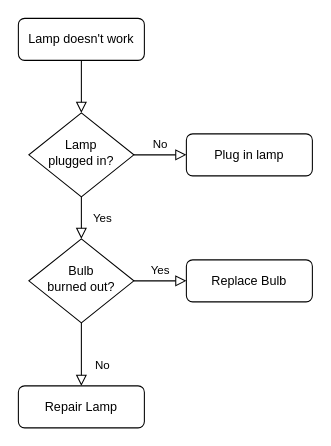
The draw.io diagram Untitled Diagram.drawio in bradovan77/html-portfolio-project, before the edit. Source tidied: cells renumbered, new cells numbered last; positions are measured from the earlier drawing's top-left corner, leaving out a move shared by most shapes. Both pictures are drawn from the tidied source at 105%, with x=0, y=0 at pixel (18, 18).
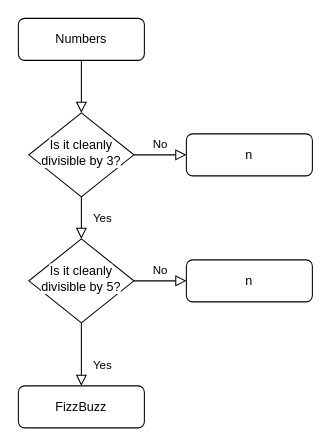
After the change.

Change to the diagram source:
```diff
@@
 <mxGraphModel>
   <root>
     <mxCell id="0" />
     <mxCell id="1" parent="0" />
     <mxCell id="2" style="rounded=0;html=1;jettySize=auto;fontSize=11;endArrow=block;endFill=0;endSize=8;strokeWidth=1;shadow=0;labelBackgroundColor=none;edgeStyle=orthogonalEdgeStyle;" parent="1" edge="1" source="3" target="6">
       <mxGeometry relative="1" as="geometry" />
     </mxCell>
-    <mxCell id="3" value="Lamp doesn't work" style="rounded=1;whiteSpace=wrap;html=1;fontSize=12;glass=0;strokeWidth=1;shadow=0;" parent="1" vertex="1">
+    <mxCell id="3" value="Numbers" style="rounded=1;whiteSpace=wrap;html=1;fontSize=12;glass=0;strokeWidth=1;shadow=0;" parent="1" vertex="1">
       <mxGeometry width="120" height="40" as="geometry" />
     </mxCell>
     <mxCell id="4" value="Yes" style="rounded=0;html=1;jettySize=auto;fontSize=11;endArrow=block;endFill=0;endSize=8;strokeWidth=1;shadow=0;labelBackgroundColor=none;edgeStyle=orthogonalEdgeStyle;" parent="1" edge="1" source="6" target="10">
       <mxGeometry y="20" relative="1" as="geometry" />
     </mxCell>
     <mxCell id="5" value="No" style="edgeStyle=orthogonalEdgeStyle;rounded=0;html=1;jettySize=auto;fontSize=11;endArrow=block;endFill=0;endSize=8;strokeWidth=1;shadow=0;labelBackgroundColor=none;" parent="1" edge="1" source="6" target="7">
       <mxGeometry y="10" relative="1" as="geometry" />
     </mxCell>
-    <mxCell id="6" value="Lamp&lt;br&gt;plugged in?" style="rhombus;whiteSpace=wrap;html=1;shadow=0;fontFamily=Helvetica;fontSize=12;align=center;strokeWidth=1;spacing=6;spacingTop=-4;" parent="1" vertex="1">
+    <mxCell id="6" value="&lt;span style=&quot;background-color: rgb(255, 255, 255);&quot;&gt;Is it cleanly&lt;/span&gt;&lt;br style=&quot;background-color: rgb(255, 255, 255);&quot;&gt;&lt;span style=&quot;background-color: rgb(255, 255, 255);&quot;&gt;divisible by 3?&lt;/span&gt;" style="rhombus;whiteSpace=wrap;html=1;shadow=0;fontFamily=Helvetica;fontSize=12;align=center;strokeWidth=1;spacing=6;spacingTop=-4;" parent="1" vertex="1">
       <mxGeometry x="10" y="90" width="100" height="80" as="geometry" />
     </mxCell>
-    <mxCell id="7" value="Plug in lamp" style="rounded=1;whiteSpace=wrap;html=1;fontSize=12;glass=0;strokeWidth=1;shadow=0;" parent="1" vertex="1">
+    <mxCell id="7" value="n" style="rounded=1;whiteSpace=wrap;html=1;fontSize=12;glass=0;strokeWidth=1;shadow=0;" parent="1" vertex="1">
       <mxGeometry x="160" y="110" width="120" height="40" as="geometry" />
     </mxCell>
-    <mxCell id="8" value="No" style="rounded=0;html=1;jettySize=auto;fontSize=11;endArrow=block;endFill=0;endSize=8;strokeWidth=1;shadow=0;labelBackgroundColor=none;edgeStyle=orthogonalEdgeStyle;" parent="1" edge="1" source="10" target="11">
+    <mxCell id="8" value="Yes" style="rounded=0;html=1;jettySize=auto;fontSize=11;endArrow=block;endFill=0;endSize=8;strokeWidth=1;shadow=0;labelBackgroundColor=none;edgeStyle=orthogonalEdgeStyle;" parent="1" edge="1" source="10" target="11">
       <mxGeometry x="0.33" y="20" relative="1" as="geometry" />
     </mxCell>
-    <mxCell id="9" value="Yes" style="edgeStyle=orthogonalEdgeStyle;rounded=0;html=1;jettySize=auto;fontSize=11;endArrow=block;endFill=0;endSize=8;strokeWidth=1;shadow=0;labelBackgroundColor=none;" parent="1" edge="1" source="10" target="12">
+    <mxCell id="9" value="No" style="edgeStyle=orthogonalEdgeStyle;rounded=0;html=1;jettySize=auto;fontSize=11;endArrow=block;endFill=0;endSize=8;strokeWidth=1;shadow=0;labelBackgroundColor=none;" parent="1" edge="1" source="10" target="12">
       <mxGeometry y="10" relative="1" as="geometry" />
     </mxCell>
-    <mxCell id="10" value="Bulb&lt;br&gt;burned out?" style="rhombus;whiteSpace=wrap;html=1;shadow=0;fontFamily=Helvetica;fontSize=12;align=center;strokeWidth=1;spacing=6;spacingTop=-4;" parent="1" vertex="1">
+    <mxCell id="10" value="&lt;span style=&quot;background-color: rgb(255, 255, 255);&quot;&gt;Is it cleanly&lt;/span&gt;&lt;br style=&quot;background-color: rgb(255, 255, 255);&quot;&gt;&lt;span style=&quot;background-color: rgb(255, 255, 255);&quot;&gt;divisible by 5?&lt;/span&gt;" style="rhombus;whiteSpace=wrap;html=1;shadow=0;fontFamily=Helvetica;fontSize=12;align=center;strokeWidth=1;spacing=6;spacingTop=-4;" parent="1" vertex="1">
       <mxGeometry x="10" y="210" width="100" height="80" as="geometry" />
     </mxCell>
-    <mxCell id="11" value="Repair Lamp" style="rounded=1;whiteSpace=wrap;html=1;fontSize=12;glass=0;strokeWidth=1;shadow=0;" parent="1" vertex="1">
+    <mxCell id="11" value="FizzBuzz" style="rounded=1;whiteSpace=wrap;html=1;fontSize=12;glass=0;strokeWidth=1;shadow=0;" parent="1" vertex="1">
       <mxGeometry y="350" width="120" height="40" as="geometry" />
     </mxCell>
-    <mxCell id="12" value="Replace Bulb" style="rounded=1;whiteSpace=wrap;html=1;fontSize=12;glass=0;strokeWidth=1;shadow=0;" parent="1" vertex="1">
+    <mxCell id="12" value="n" style="rounded=1;whiteSpace=wrap;html=1;fontSize=12;glass=0;strokeWidth=1;shadow=0;" parent="1" vertex="1">
       <mxGeometry x="160" y="230" width="120" height="40" as="geometry" />
     </mxCell>
   </root>
 </mxGraphModel>
```
